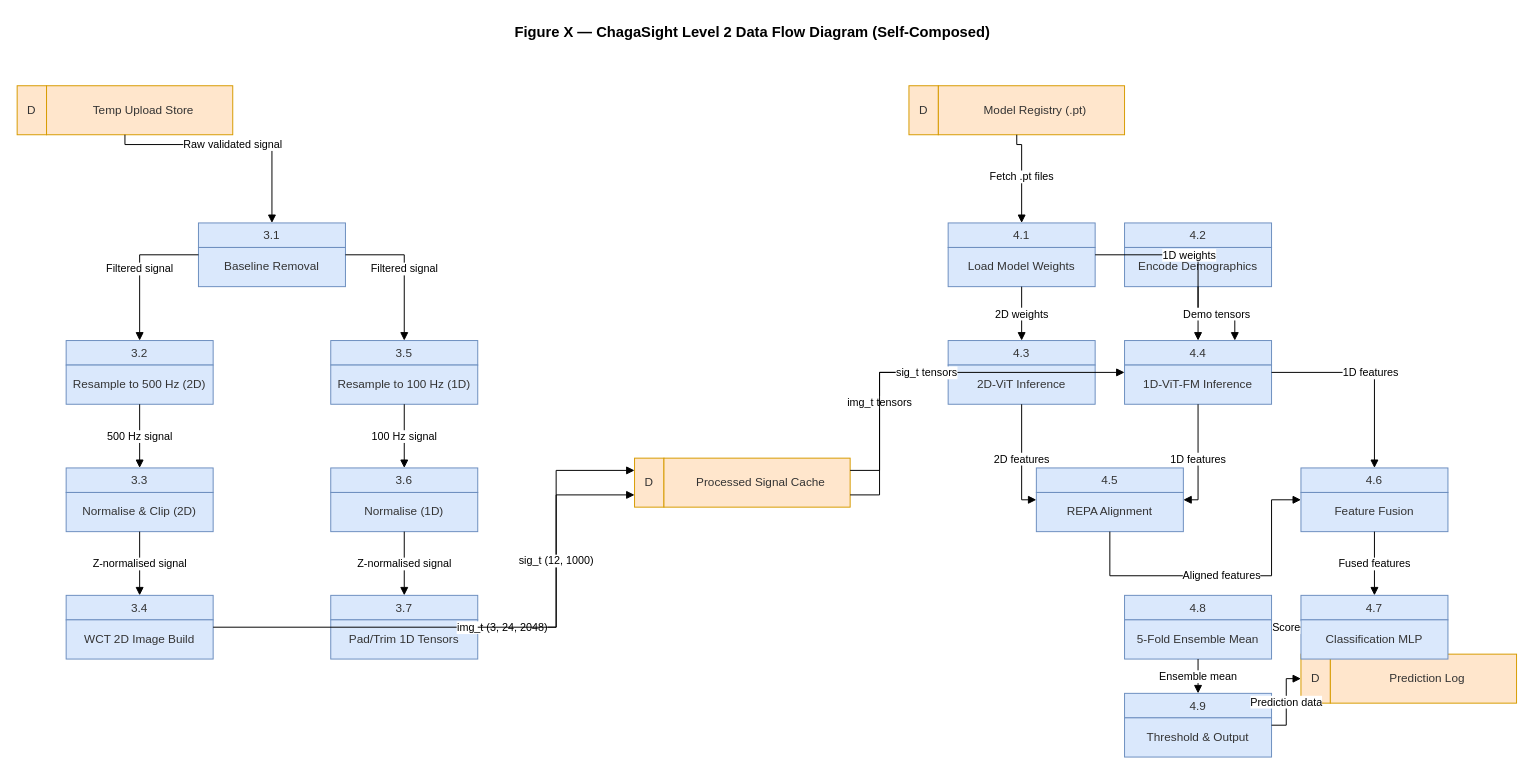
This is Final Diagrams/DFD_Level2.drawio from SanuthMandepa/ChagaSight, a draw.io file, before an edit. Source tidied: cells renumbered, new cells numbered last; positions are measured from the earlier drawing's top-left corner, leaving out a move shared by most shapes. Both pictures are drawn from the tidied source at 98%, with x=0, y=0 at pixel (17, 17).
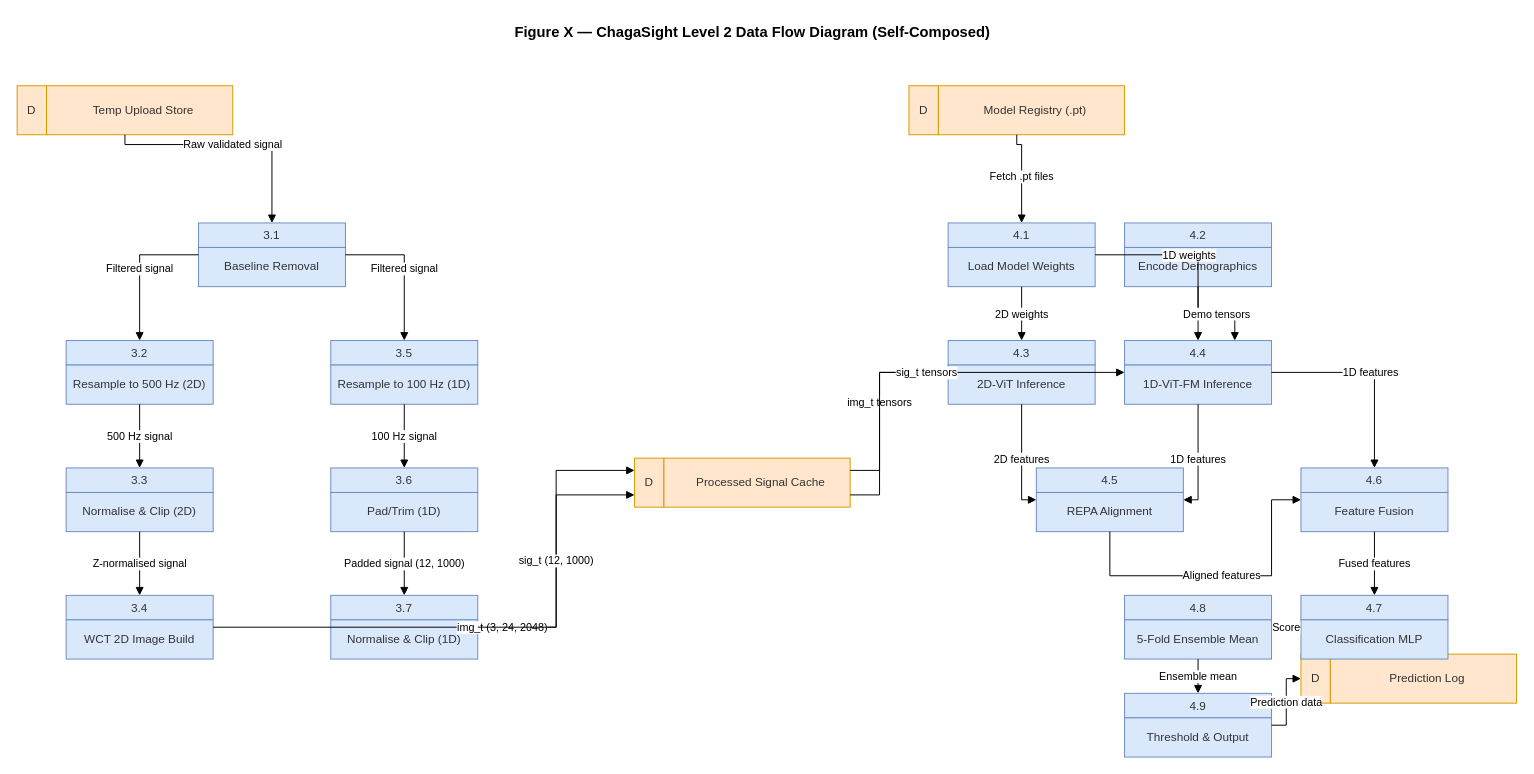
The same page after the edit.

Unchanged cells that the change refers to:
```xml
<mxCell id="30" style="group;" parent="1" vertex="1">
  <mxGeometry x="320" y="460" width="150" height="65" as="geometry" />
</mxCell>
<mxCell id="33" style="group;" parent="1" vertex="1">
  <mxGeometry x="320" y="590" width="150" height="65" as="geometry" />
</mxCell>
```

Diff of the diagram source:
```diff
@@
-    <mxCell id="32" value="Normalise (1D)" style="rounded=0;whiteSpace=wrap;html=1;fillColor=#dae8fc;strokeColor=#6c8ebf;fontColor=#333333;" parent="30" vertex="1">
+    <mxCell id="32" value="Pad/Trim (1D)" style="rounded=0;whiteSpace=wrap;html=1;fillColor=#dae8fc;strokeColor=#6c8ebf;fontColor=#333333;" parent="30" vertex="1">
       <mxGeometry y="25" width="150" height="40" as="geometry" />
     </mxCell>
@@
-    <mxCell id="35" value="Pad/Trim 1D Tensors" style="rounded=0;whiteSpace=wrap;html=1;fillColor=#dae8fc;strokeColor=#6c8ebf;fontColor=#333333;" parent="33" vertex="1">
+    <mxCell id="35" value="Normalise &amp; Clip (1D)" style="rounded=0;whiteSpace=wrap;html=1;fillColor=#dae8fc;strokeColor=#6c8ebf;fontColor=#333333;" parent="33" vertex="1">
       <mxGeometry y="25" width="150" height="40" as="geometry" />
     </mxCell>
@@
-    <mxCell id="69" value="Z-normalised signal" style="endArrow=block;endFill=1;html=1;strokeWidth=1;strokeColor=#000000;edgeStyle=orthogonalEdgeStyle;rounded=0;fontColor=#000000;fontSize=11;exitX=0.5;exitY=1;entryX=0.5;entryY=0;" parent="1" edge="1" source="30" target="33">
+    <mxCell id="69" value="Padded signal (12, 1000)" style="endArrow=block;endFill=1;html=1;strokeWidth=1;strokeColor=#000000;edgeStyle=orthogonalEdgeStyle;rounded=0;fontColor=#000000;fontSize=11;exitX=0.5;exitY=1;entryX=0.5;entryY=0;" parent="1" edge="1" source="30" target="33">
       <mxGeometry relative="1" as="geometry" />
     </mxCell>
```
